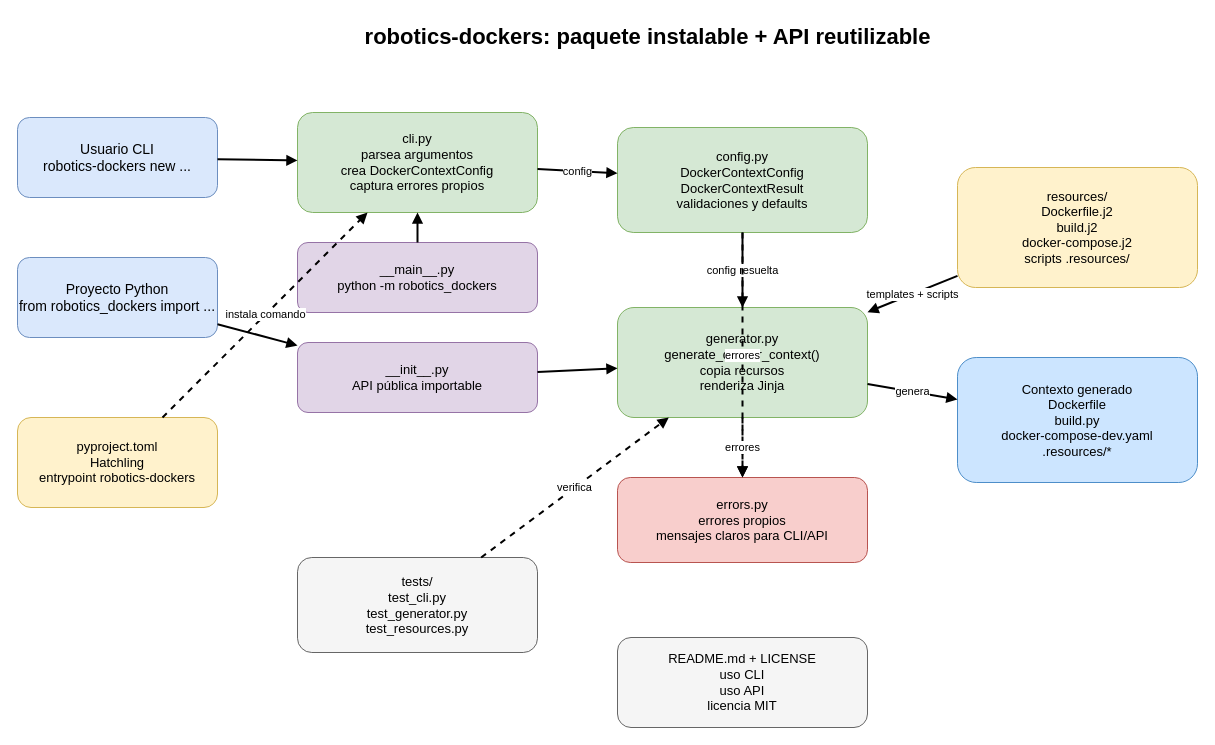
jfrascon/robotics_dockers keeps this draw.io diagram as docs/refactor-architecture.drawio. Above is the earlier version. Source tidied: cells renumbered, new cells numbered last; positions are measured from the earlier drawing's top-left corner, leaving out a move shared by most shapes. Both pictures are drawn from the tidied source at 100%, with x=0, y=0 at pixel (17, 17).
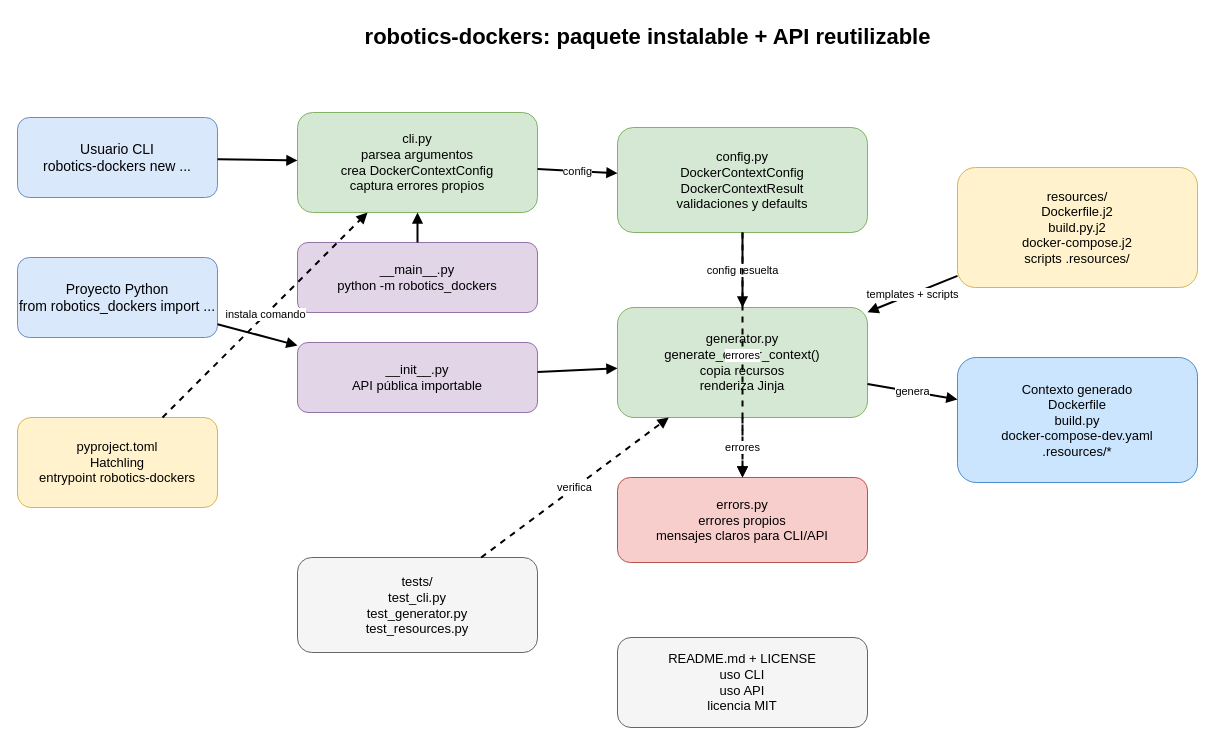
After the change.

The edit, as a diff of the source:
```diff
@@
-    <mxCell id="12" value="resources/&#10;Dockerfile.j2&#10;build.j2&#10;docker-compose.j2&#10;scripts .resources/" style="rounded=1;whiteSpace=wrap;html=1;fillColor=#fff2cc;strokeColor=#d6b656;fontSize=13;" parent="1" vertex="1">
+    <mxCell id="12" value="resources/&#10;Dockerfile.j2&#10;build.py.j2&#10;docker-compose.j2&#10;scripts .resources/" style="rounded=1;whiteSpace=wrap;html=1;fillColor=#fff2cc;strokeColor=#d6b656;fontSize=13;" parent="1" vertex="1">
       <mxGeometry x="940" y="150" width="240" height="120" as="geometry" />
     </mxCell>
```
